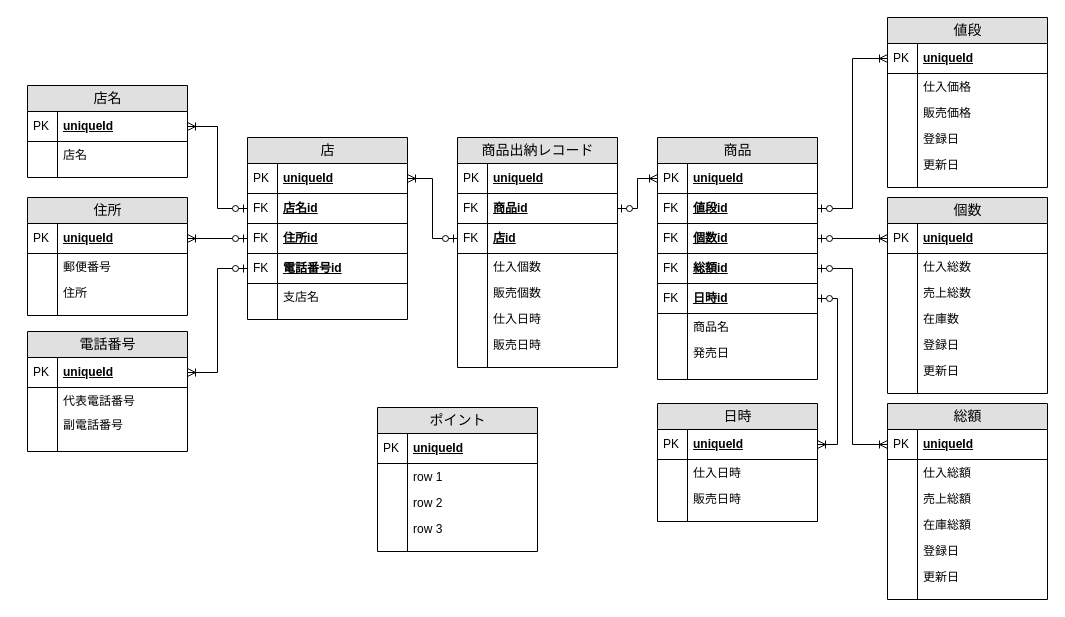
Above: コンビニ.drawio in miharu-kon/board (draw.io), before the change. Source tidied: cells renumbered, new cells numbered last; positions are measured from the earlier drawing's top-left corner, leaving out a move shared by most shapes. Both pictures are drawn from the tidied source at 100%, with x=0, y=0 at pixel (27, 17).
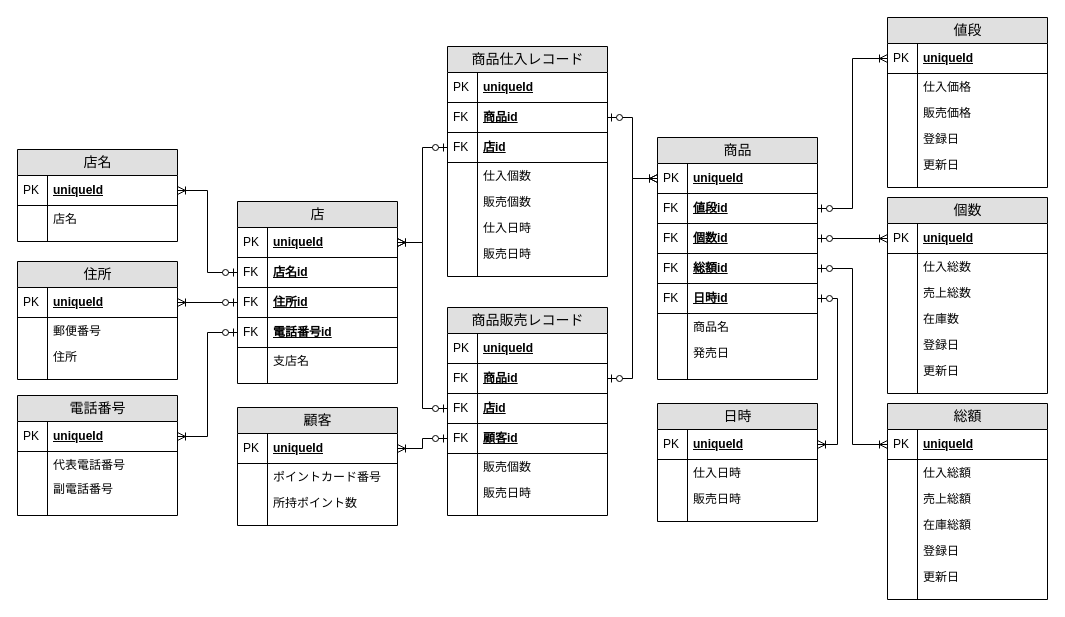
The same diagram, later.

Commit message (it also covers changes not shown here):
コンビニ.drawio を更新します

The change refers to these unchanged cells:
```xml
<mxCell id="12" value="uniqueId" style="shape=partialRectangle;top=0;left=0;right=0;bottom=1;html=1;align=left;verticalAlign=middle;fillColor=none;spacingLeft=34;spacingRight=4;whiteSpace=wrap;overflow=hidden;points=[[0,0.5],[1,0.5]];portConstraint=eastwest;fontStyle=5;" parent="11" vertex="1">
  <mxGeometry y="26" width="160" height="30" as="geometry" />
</mxCell>
<mxCell id="50" value="uniqueId" style="shape=partialRectangle;top=0;left=0;right=0;bottom=1;html=1;align=left;verticalAlign=middle;fillColor=none;spacingLeft=34;spacingRight=4;whiteSpace=wrap;overflow=hidden;points=[[0,0.5],[1,0.5]];portConstraint=eastwest;fontStyle=5;" parent="49" vertex="1">
  <mxGeometry y="26" width="160" height="30" as="geometry" />
</mxCell>
<mxCell id="130" value="uniqueId" style="shape=partialRectangle;top=0;left=0;right=0;bottom=1;html=1;align=left;verticalAlign=middle;fillColor=none;spacingLeft=34;spacingRight=4;whiteSpace=wrap;overflow=hidden;points=[[0,0.5],[1,0.5]];portConstraint=eastwest;fontStyle=5;" parent="129" vertex="1">
  <mxGeometry y="26" width="160" height="30" as="geometry" />
</mxCell>
```

Diff of the diagram source:
```diff
@@
     <mxCell id="2" value="住所" style="swimlane;html=1;fontStyle=0;horizontal=1;startSize=26;fillColor=#e0e0e0;swimlaneFillColor=#ffffff;align=center;rounded=0;shadow=0;comic=0;labelBackgroundColor=none;strokeWidth=1;fontFamily=Verdana;fontSize=14;swimlaneLine=1;" parent="1" vertex="1">
-      <mxGeometry y="180" width="160" height="118" as="geometry" />
+      <mxGeometry x="-10" y="244" width="160" height="118" as="geometry" />
     </mxCell>
@@
     <mxCell id="11" value="店" style="swimlane;html=1;fontStyle=0;horizontal=1;startSize=26;fillColor=#e0e0e0;swimlaneFillColor=#ffffff;align=center;rounded=0;shadow=0;comic=0;labelBackgroundColor=none;strokeWidth=1;fontFamily=Verdana;fontSize=14;" parent="1" vertex="1">
-      <mxGeometry x="220" y="120" width="160" height="182" as="geometry" />
+      <mxGeometry x="210" y="184" width="160" height="182" as="geometry" />
     </mxCell>
@@
     <mxCell id="24" value="電話番号" style="swimlane;html=1;fontStyle=0;horizontal=1;startSize=26;fillColor=#e0e0e0;swimlaneFillColor=#ffffff;align=center;rounded=0;shadow=0;comic=0;labelBackgroundColor=none;strokeWidth=1;fontFamily=Verdana;fontSize=14;" parent="1" vertex="1">
-      <mxGeometry y="314" width="160" height="120" as="geometry" />
+      <mxGeometry x="-10" y="378" width="160" height="120" as="geometry" />
     </mxCell>
@@
     <mxCell id="33" value="店名" style="swimlane;html=1;fontStyle=0;horizontal=1;startSize=26;fillColor=#e0e0e0;swimlaneFillColor=#ffffff;align=center;rounded=0;shadow=0;comic=0;labelBackgroundColor=none;strokeWidth=1;fontFamily=Verdana;fontSize=14;" parent="1" vertex="1">
-      <mxGeometry y="68" width="160" height="92" as="geometry" />
+      <mxGeometry x="-10" y="132" width="160" height="92" as="geometry" />
     </mxCell>
@@
-    <mxCell id="109" value="商品出納レコード" style="swimlane;html=1;fontStyle=0;horizontal=1;startSize=26;fillColor=#e0e0e0;swimlaneFillColor=#ffffff;align=center;rounded=0;shadow=0;comic=0;labelBackgroundColor=none;strokeWidth=1;fontFamily=Verdana;fontSize=14;" parent="1" vertex="1">
-      <mxGeometry x="430" y="120" width="160" height="230" as="geometry" />
+    <mxCell id="109" value="商品販売レコード" style="swimlane;html=1;fontStyle=0;horizontal=1;startSize=26;fillColor=#e0e0e0;swimlaneFillColor=#ffffff;align=center;rounded=0;shadow=0;comic=0;labelBackgroundColor=none;strokeWidth=1;fontFamily=Verdana;fontSize=14;" parent="1" vertex="1">
+      <mxGeometry x="420" y="290" width="160" height="208" as="geometry" />
     </mxCell>
@@
-    <mxCell id="116" value="仕入個数" style="shape=partialRectangle;top=0;left=0;right=0;bottom=0;html=1;align=left;verticalAlign=top;fillColor=none;spacingLeft=34;spacingRight=4;whiteSpace=wrap;overflow=hidden;" parent="109" vertex="1">
-      <mxGeometry y="116" width="160" height="26" as="geometry" />
-    </mxCell>
-    <mxCell id="117" style="shape=partialRectangle;top=0;left=0;bottom=0;html=1;fillColor=none;align=left;verticalAlign=top;spacingLeft=4;spacingRight=4;whiteSpace=wrap;overflow=hidden;" parent="116" vertex="1">
-      <mxGeometry width="30" height="26" as="geometry" />
-    </mxCell>
+    <mxCell id="146" value="顧客id" style="shape=partialRectangle;top=0;left=0;right=0;bottom=1;html=1;align=left;verticalAlign=middle;fillColor=none;spacingLeft=34;spacingRight=4;whiteSpace=wrap;overflow=hidden;points=[[0,0.5],[1,0.5]];portConstraint=eastwest;fontStyle=5;" parent="109" vertex="1">
+      <mxGeometry y="116" width="160" height="30" as="geometry" />
+    </mxCell>
+    <mxCell id="147" value="FK" style="shape=partialRectangle;top=0;left=0;bottom=0;html=1;fillColor=none;align=left;verticalAlign=middle;spacingLeft=4;spacingRight=4;whiteSpace=wrap;overflow=hidden;" parent="146" vertex="1">
+      <mxGeometry width="30" height="30" as="geometry" />
+    </mxCell>
     <mxCell id="118" value="販売個数" style="shape=partialRectangle;top=0;left=0;right=0;bottom=0;html=1;align=left;verticalAlign=top;fillColor=none;spacingLeft=34;spacingRight=4;whiteSpace=wrap;overflow=hidden;" parent="109" vertex="1">
-      <mxGeometry y="142" width="160" height="26" as="geometry" />
+      <mxGeometry y="146" width="160" height="26" as="geometry" />
     </mxCell>
@@
-    <mxCell id="120" value="仕入日時" style="shape=partialRectangle;top=0;left=0;right=0;bottom=0;html=1;align=left;verticalAlign=top;fillColor=none;spacingLeft=34;spacingRight=4;whiteSpace=wrap;overflow=hidden;" parent="109" vertex="1">
-      <mxGeometry y="168" width="160" height="26" as="geometry" />
-    </mxCell>
-    <mxCell id="121" style="shape=partialRectangle;top=0;left=0;bottom=0;html=1;fillColor=none;align=left;verticalAlign=top;spacingLeft=4;spacingRight=4;whiteSpace=wrap;overflow=hidden;" parent="120" vertex="1">
-      <mxGeometry width="30" height="26" as="geometry" />
-    </mxCell>
     <mxCell id="122" value="販売日時" style="shape=partialRectangle;top=0;left=0;right=0;bottom=0;html=1;align=left;verticalAlign=top;fillColor=none;spacingLeft=34;spacingRight=4;whiteSpace=wrap;overflow=hidden;" parent="109" vertex="1">
-      <mxGeometry y="194" width="160" height="26" as="geometry" />
+      <mxGeometry y="172" width="160" height="26" as="geometry" />
     </mxCell>
@@
     <mxCell id="124" style="shape=partialRectangle;top=0;left=0;right=0;bottom=0;html=1;align=left;verticalAlign=top;fillColor=none;spacingLeft=34;spacingRight=4;whiteSpace=wrap;overflow=hidden;" parent="109" vertex="1">
-      <mxGeometry y="220" width="160" height="10" as="geometry" />
+      <mxGeometry y="198" width="160" height="10" as="geometry" />
     </mxCell>
@@
-    <mxCell id="129" value="ポイント" style="swimlane;html=1;fontStyle=0;horizontal=1;startSize=26;fillColor=#e0e0e0;swimlaneFillColor=#ffffff;align=center;rounded=0;shadow=0;comic=0;labelBackgroundColor=none;strokeWidth=1;fontFamily=Verdana;fontSize=14;" parent="1" vertex="1">
-      <mxGeometry x="350" y="390" width="160" height="144" as="geometry" />
+    <mxCell id="129" value="顧客" style="swimlane;html=1;fontStyle=0;horizontal=1;startSize=26;fillColor=#e0e0e0;swimlaneFillColor=#ffffff;align=center;rounded=0;shadow=0;comic=0;labelBackgroundColor=none;strokeWidth=1;fontFamily=Verdana;fontSize=14;" parent="1" vertex="1">
+      <mxGeometry x="210" y="390" width="160" height="118" as="geometry" />
     </mxCell>
@@
-    <mxCell id="132" value="row 1" style="shape=partialRectangle;top=0;left=0;right=0;bottom=0;html=1;align=left;verticalAlign=top;fillColor=none;spacingLeft=34;spacingRight=4;whiteSpace=wrap;overflow=hidden;" parent="129" vertex="1">
+    <mxCell id="132" value="ポイントカード番号" style="shape=partialRectangle;top=0;left=0;right=0;bottom=0;html=1;align=left;verticalAlign=top;fillColor=none;spacingLeft=34;spacingRight=4;whiteSpace=wrap;overflow=hidden;" parent="129" vertex="1">
       <mxGeometry y="56" width="160" height="26" as="geometry" />
     </mxCell>
@@
-    <mxCell id="134" value="row 2" style="shape=partialRectangle;top=0;left=0;right=0;bottom=0;html=1;align=left;verticalAlign=top;fillColor=none;spacingLeft=34;spacingRight=4;whiteSpace=wrap;overflow=hidden;" parent="129" vertex="1">
+    <mxCell id="134" value="所持ポイント数" style="shape=partialRectangle;top=0;left=0;right=0;bottom=0;html=1;align=left;verticalAlign=top;fillColor=none;spacingLeft=34;spacingRight=4;whiteSpace=wrap;overflow=hidden;" parent="129" vertex="1">
       <mxGeometry y="82" width="160" height="26" as="geometry" />
     </mxCell>
@@
-    <mxCell id="136" value="row 3" style="shape=partialRectangle;top=0;left=0;right=0;bottom=0;html=1;align=left;verticalAlign=top;fillColor=none;spacingLeft=34;spacingRight=4;whiteSpace=wrap;overflow=hidden;" parent="129" vertex="1">
-      <mxGeometry y="108" width="160" height="26" as="geometry" />
-    </mxCell>
-    <mxCell id="137" style="shape=partialRectangle;top=0;left=0;bottom=0;html=1;fillColor=none;align=left;verticalAlign=top;spacingLeft=4;spacingRight=4;whiteSpace=wrap;overflow=hidden;" parent="136" vertex="1">
-      <mxGeometry width="30" height="26" as="geometry" />
-    </mxCell>
     <mxCell id="138" style="shape=partialRectangle;top=0;left=0;right=0;bottom=0;html=1;align=left;verticalAlign=top;fillColor=none;spacingLeft=34;spacingRight=4;whiteSpace=wrap;overflow=hidden;" parent="129" vertex="1">
-      <mxGeometry y="134" width="160" height="10" as="geometry" />
+      <mxGeometry y="108" width="160" height="10" as="geometry" />
     </mxCell>
@@
+    <mxCell id="148" style="edgeStyle=orthogonalEdgeStyle;rounded=0;jettySize=auto;html=1;exitX=0;exitY=0.5;exitDx=0;exitDy=0;entryX=1;entryY=0.5;entryDx=0;entryDy=0;startArrow=ERzeroToOne;startFill=1;endArrow=ERoneToMany;endFill=0;" parent="1" edge="1" source="146" target="130">
+      <mxGeometry relative="1" as="geometry" />
+    </mxCell>
+    <mxCell id="149" value="商品仕入レコード" style="swimlane;html=1;fontStyle=0;horizontal=1;startSize=26;fillColor=#e0e0e0;swimlaneFillColor=#ffffff;align=center;rounded=0;shadow=0;comic=0;labelBackgroundColor=none;strokeWidth=1;fontFamily=Verdana;fontSize=14;" parent="1" vertex="1">
+      <mxGeometry x="420" y="29" width="160" height="230" as="geometry" />
+    </mxCell>
+    <mxCell id="150" value="uniqueId" style="shape=partialRectangle;top=0;left=0;right=0;bottom=1;html=1;align=left;verticalAlign=middle;fillColor=none;spacingLeft=34;spacingRight=4;whiteSpace=wrap;overflow=hidden;fontStyle=5;" parent="149" vertex="1">
+      <mxGeometry y="26" width="160" height="30" as="geometry" />
+    </mxCell>
+    <mxCell id="151" value="PK" style="shape=partialRectangle;top=0;left=0;bottom=0;html=1;fillColor=none;align=left;verticalAlign=middle;spacingLeft=4;spacingRight=4;whiteSpace=wrap;overflow=hidden;" parent="150" vertex="1">
+      <mxGeometry width="30" height="30" as="geometry" />
+    </mxCell>
+    <mxCell id="152" value="商品id" style="shape=partialRectangle;top=0;left=0;right=0;bottom=1;html=1;align=left;verticalAlign=middle;fillColor=none;spacingLeft=34;spacingRight=4;whiteSpace=wrap;overflow=hidden;points=[[0,0.5],[1,0.5]];portConstraint=eastwest;fontStyle=5;" parent="149" vertex="1">
+      <mxGeometry y="56" width="160" height="30" as="geometry" />
+    </mxCell>
+    <mxCell id="153" value="FK" style="shape=partialRectangle;top=0;left=0;bottom=0;html=1;fillColor=none;align=left;verticalAlign=middle;spacingLeft=4;spacingRight=4;whiteSpace=wrap;overflow=hidden;" parent="152" vertex="1">
+      <mxGeometry width="30" height="30" as="geometry" />
+    </mxCell>
+    <mxCell id="154" value="店id" style="shape=partialRectangle;top=0;left=0;right=0;bottom=1;html=1;align=left;verticalAlign=middle;fillColor=none;spacingLeft=34;spacingRight=4;whiteSpace=wrap;overflow=hidden;points=[[0,0.5],[1,0.5]];portConstraint=eastwest;fontStyle=5;" parent="149" vertex="1">
+      <mxGeometry y="86" width="160" height="30" as="geometry" />
+    </mxCell>
+    <mxCell id="155" value="FK" style="shape=partialRectangle;top=0;left=0;bottom=0;html=1;fillColor=none;align=left;verticalAlign=middle;spacingLeft=4;spacingRight=4;whiteSpace=wrap;overflow=hidden;" parent="154" vertex="1">
+      <mxGeometry width="30" height="30" as="geometry" />
+    </mxCell>
+    <mxCell id="116" value="仕入個数" style="shape=partialRectangle;top=0;left=0;right=0;bottom=0;html=1;align=left;verticalAlign=top;fillColor=none;spacingLeft=34;spacingRight=4;whiteSpace=wrap;overflow=hidden;" parent="149" vertex="1">
+      <mxGeometry y="116" width="160" height="26" as="geometry" />
+    </mxCell>
+    <mxCell id="156" style="shape=partialRectangle;top=0;left=0;bottom=0;html=1;fillColor=none;align=left;verticalAlign=top;spacingLeft=4;spacingRight=4;whiteSpace=wrap;overflow=hidden;" parent="116" vertex="1">
+      <mxGeometry width="30" height="26" as="geometry" />
+    </mxCell>
+    <mxCell id="157" value="販売個数" style="shape=partialRectangle;top=0;left=0;right=0;bottom=0;html=1;align=left;verticalAlign=top;fillColor=none;spacingLeft=34;spacingRight=4;whiteSpace=wrap;overflow=hidden;" parent="149" vertex="1">
+      <mxGeometry y="142" width="160" height="26" as="geometry" />
+    </mxCell>
+    <mxCell id="158" style="shape=partialRectangle;top=0;left=0;bottom=0;html=1;fillColor=none;align=left;verticalAlign=top;spacingLeft=4;spacingRight=4;whiteSpace=wrap;overflow=hidden;" parent="157" vertex="1">
+      <mxGeometry width="30" height="26" as="geometry" />
+    </mxCell>
+    <mxCell id="120" value="仕入日時" style="shape=partialRectangle;top=0;left=0;right=0;bottom=0;html=1;align=left;verticalAlign=top;fillColor=none;spacingLeft=34;spacingRight=4;whiteSpace=wrap;overflow=hidden;" parent="149" vertex="1">
+      <mxGeometry y="168" width="160" height="26" as="geometry" />
+    </mxCell>
+    <mxCell id="159" style="shape=partialRectangle;top=0;left=0;bottom=0;html=1;fillColor=none;align=left;verticalAlign=top;spacingLeft=4;spacingRight=4;whiteSpace=wrap;overflow=hidden;" parent="120" vertex="1">
+      <mxGeometry width="30" height="26" as="geometry" />
+    </mxCell>
+    <mxCell id="160" value="販売日時" style="shape=partialRectangle;top=0;left=0;right=0;bottom=0;html=1;align=left;verticalAlign=top;fillColor=none;spacingLeft=34;spacingRight=4;whiteSpace=wrap;overflow=hidden;" parent="149" vertex="1">
+      <mxGeometry y="194" width="160" height="26" as="geometry" />
+    </mxCell>
+    <mxCell id="161" style="shape=partialRectangle;top=0;left=0;bottom=0;html=1;fillColor=none;align=left;verticalAlign=top;spacingLeft=4;spacingRight=4;whiteSpace=wrap;overflow=hidden;" parent="160" vertex="1">
+      <mxGeometry width="30" height="26" as="geometry" />
+    </mxCell>
+    <mxCell id="162" style="shape=partialRectangle;top=0;left=0;right=0;bottom=0;html=1;align=left;verticalAlign=top;fillColor=none;spacingLeft=34;spacingRight=4;whiteSpace=wrap;overflow=hidden;" parent="149" vertex="1">
+      <mxGeometry y="220" width="160" height="10" as="geometry" />
+    </mxCell>
+    <mxCell id="163" style="shape=partialRectangle;top=0;left=0;bottom=0;html=1;fillColor=none;align=left;verticalAlign=top;spacingLeft=4;spacingRight=4;whiteSpace=wrap;overflow=hidden;" parent="162" vertex="1">
+      <mxGeometry width="30" height="10" as="geometry" />
+    </mxCell>
+    <mxCell id="164" style="edgeStyle=orthogonalEdgeStyle;rounded=0;jettySize=auto;html=1;exitX=1;exitY=0.5;exitDx=0;exitDy=0;entryX=0;entryY=0.5;entryDx=0;entryDy=0;startArrow=ERzeroToOne;startFill=1;endArrow=ERoneToMany;endFill=0;" parent="1" edge="1" source="152" target="50">
+      <mxGeometry relative="1" as="geometry" />
+    </mxCell>
+    <mxCell id="165" style="edgeStyle=orthogonalEdgeStyle;rounded=0;jettySize=auto;html=1;exitX=0;exitY=0.5;exitDx=0;exitDy=0;startArrow=ERzeroToOne;startFill=1;endArrow=ERoneToMany;endFill=0;" parent="1" edge="1" source="154" target="12">
+      <mxGeometry relative="1" as="geometry" />
+    </mxCell>
```
